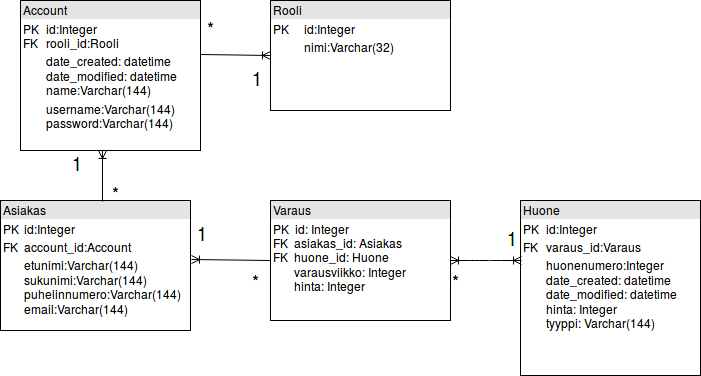
Above: documentation/tietokantakaaviot/toteutunut_tietokantakaavio.png in toasterkone/HotellihuoneidenVarausjarjestelma (draw.io), before the change. Source tidied: cells renumbered, new cells last; positions are measured from the earlier drawing's top-left corner, leaving out a move shared by most shapes. Its diagram source:
```xml
<mxGraphModel>
  <root>
    <mxCell id="0" />
    <mxCell id="1" parent="0" />
    <mxCell id="2" value="&lt;div style=&quot;box-sizing: border-box ; width: 100% ; background: #e4e4e4 ; padding: 2px&quot;&gt;Huone&lt;/div&gt;&lt;table style=&quot;width: 100% ; font-size: 1em&quot; cellspacing=&quot;0&quot; cellpadding=&quot;2&quot;&gt;&lt;tbody&gt;&lt;tr&gt;&lt;td&gt;PK&lt;/td&gt;&lt;td&gt;id:Integer&lt;br&gt;&lt;/td&gt;&lt;/tr&gt;&lt;tr&gt;&lt;td&gt;FK&lt;/td&gt;&lt;td&gt;varaus_id:Varaus&lt;br&gt;&lt;/td&gt;&lt;/tr&gt;&lt;tr&gt;&lt;td&gt;&lt;br&gt;&lt;/td&gt;&lt;td&gt;huonenumero:Integer&lt;br&gt;date_created: datetime&lt;br&gt;date_modified: datetime&lt;br&gt;hinta: Integer&lt;br&gt;tyyppi: Varchar(144)&lt;br&gt;&lt;br&gt;&lt;/td&gt;&lt;/tr&gt;&lt;/tbody&gt;&lt;/table&gt;" style="verticalAlign=top;align=left;overflow=fill;html=1;" parent="1" vertex="1">
      <mxGeometry x="520" y="200" width="180" height="175" as="geometry" />
    </mxCell>
    <mxCell id="3" value="&lt;div style=&quot;box-sizing: border-box ; width: 100% ; background: #e4e4e4 ; padding: 2px&quot;&gt;Asiakas&lt;/div&gt;&lt;table style=&quot;width: 100% ; font-size: 1em&quot; cellspacing=&quot;0&quot; cellpadding=&quot;2&quot;&gt;&lt;tbody&gt;&lt;tr&gt;&lt;td&gt;PK&lt;/td&gt;&lt;td&gt;id:Integer&lt;/td&gt;&lt;/tr&gt;&lt;tr&gt;&lt;td&gt;FK&lt;br&gt;&lt;/td&gt;&lt;td&gt;account_id:Account&lt;br&gt;&lt;/td&gt;&lt;/tr&gt;&lt;tr&gt;&lt;td&gt;&lt;br&gt;&lt;/td&gt;&lt;td&gt;etunimi:Varchar(144)&lt;br&gt;sukunimi:Varchar(144)&lt;br&gt;puhelinnumero:Varchar(144)&lt;br&gt;email:Varchar(144)&lt;/td&gt;&lt;/tr&gt;&lt;/tbody&gt;&lt;/table&gt;" style="verticalAlign=top;align=left;overflow=fill;html=1;" parent="1" vertex="1">
      <mxGeometry y="200" width="190" height="130" as="geometry" />
    </mxCell>
    <mxCell id="4" value="&lt;div style=&quot;box-sizing: border-box ; width: 100% ; background: #e4e4e4 ; padding: 2px&quot;&gt;Account&lt;br&gt;&lt;/div&gt;&lt;table style=&quot;width: 100% ; font-size: 1em&quot; cellspacing=&quot;0&quot; cellpadding=&quot;2&quot;&gt;&lt;tbody&gt;&lt;tr&gt;&lt;td&gt;PK&lt;br&gt;FK&lt;br&gt;&lt;/td&gt;&lt;td&gt;id:Integer&lt;br&gt;rooli_id:Rooli&lt;br&gt;&lt;/td&gt;&lt;/tr&gt;&lt;tr&gt;&lt;td&gt;&lt;br&gt;&lt;/td&gt;&lt;td&gt;date_created: datetime&lt;br&gt;date_modified: datetime&lt;br&gt;name:Varchar(144)&lt;/td&gt;&lt;/tr&gt;&lt;tr&gt;&lt;td&gt;&lt;br&gt;&lt;/td&gt;&lt;td&gt;username:Varchar(144)&lt;br&gt;password:Varchar(144)&lt;br&gt;&lt;br&gt;&lt;/td&gt;&lt;/tr&gt;&lt;/tbody&gt;&lt;/table&gt;" style="verticalAlign=top;align=left;overflow=fill;html=1;" parent="1" vertex="1">
      <mxGeometry x="20" width="180" height="150" as="geometry" />
    </mxCell>
    <mxCell id="5" value="&lt;font style=&quot;font-size: 18px&quot;&gt;*&lt;/font&gt;" style="text;html=1;align=left;verticalAlign=top;spacingTop=-4;" parent="1" vertex="1">
      <mxGeometry x="110" y="180" width="20" height="20" as="geometry" />
    </mxCell>
    <mxCell id="6" value="&lt;font style=&quot;font-size: 18px&quot;&gt;1&lt;/font&gt;" style="text;html=1;align=left;verticalAlign=top;spacingTop=-4;" parent="1" vertex="1">
      <mxGeometry x="70" y="150" width="30" height="20" as="geometry" />
    </mxCell>
    <mxCell id="7" style="fontSize=12;html=1;endArrow=ERoneToMany;entryX=0.456;entryY=1;entryDx=0;entryDy=0;exitX=0.537;exitY=0.008;exitDx=0;exitDy=0;exitPerimeter=0;entryPerimeter=0;" parent="1" edge="1" source="3" target="4">
      <mxGeometry relative="1" as="geometry" />
    </mxCell>
    <mxCell id="8" value="&lt;div style=&quot;box-sizing: border-box ; width: 100% ; background: #e4e4e4 ; padding: 2px&quot;&gt;Rooli&lt;br&gt;&lt;/div&gt;&lt;table style=&quot;width: 100% ; font-size: 1em&quot; cellspacing=&quot;0&quot; cellpadding=&quot;2&quot;&gt;&lt;tbody&gt;&lt;tr&gt;&lt;td&gt;PK&lt;/td&gt;&lt;td&gt;id:Integer&lt;/td&gt;&lt;/tr&gt;&lt;tr&gt;&lt;td&gt;&lt;br&gt;&lt;/td&gt;&lt;td&gt;nimi:Varchar(32)&lt;/td&gt;&lt;/tr&gt;&lt;tr&gt;&lt;td&gt;&lt;br&gt;&lt;/td&gt;&lt;td&gt;&lt;br&gt;&lt;br&gt;&lt;br&gt;&lt;/td&gt;&lt;/tr&gt;&lt;/tbody&gt;&lt;/table&gt;" style="verticalAlign=top;align=left;overflow=fill;html=1;" parent="1" vertex="1">
      <mxGeometry x="270" width="180" height="110" as="geometry" />
    </mxCell>
    <mxCell id="9" value="&lt;font style=&quot;font-size: 18px&quot;&gt;*&lt;/font&gt;" style="text;html=1;align=left;verticalAlign=top;spacingTop=-4;" parent="1" vertex="1">
      <mxGeometry x="205" y="15" width="20" height="20" as="geometry" />
    </mxCell>
    <mxCell id="10" value="&lt;font style=&quot;font-size: 18px&quot;&gt;1&lt;/font&gt;" style="text;html=1;align=left;verticalAlign=top;spacingTop=-4;" parent="1" vertex="1">
      <mxGeometry x="250" y="65" width="30" height="20" as="geometry" />
    </mxCell>
    <mxCell id="11" style="fontSize=12;html=1;endArrow=ERoneToMany;entryX=0;entryY=0.5;entryDx=0;entryDy=0;exitX=1;exitY=0.36;exitDx=0;exitDy=0;exitPerimeter=0;" parent="1" edge="1" source="4" target="8">
      <mxGeometry relative="1" as="geometry" />
    </mxCell>
    <mxCell id="12" value="&lt;div style=&quot;box-sizing: border-box ; width: 100% ; background: #e4e4e4 ; padding: 2px&quot;&gt;Varaus&lt;/div&gt;&lt;table style=&quot;width: 100% ; font-size: 1em&quot; cellspacing=&quot;0&quot; cellpadding=&quot;2&quot;&gt;&lt;tbody&gt;&lt;tr&gt;&lt;td&gt;PK&amp;nbsp; id: Integer&lt;br&gt;FK&amp;nbsp; asiakas_id: Asiakas&lt;br&gt;FK&amp;nbsp; huone_id: Huone&lt;br&gt;&amp;nbsp;&amp;nbsp;&amp;nbsp;&amp;nbsp;&amp;nbsp;&amp;nbsp; varausviikko: Integer&lt;br&gt;&amp;nbsp;&amp;nbsp;&amp;nbsp;&amp;nbsp;&amp;nbsp;&amp;nbsp; hinta: Integer&lt;br&gt;&amp;nbsp; &lt;br&gt;&lt;br&gt;&lt;/td&gt;&lt;td&gt;&lt;br&gt;&lt;/td&gt;&lt;/tr&gt;&lt;tr&gt;&lt;td&gt;&lt;br&gt;&lt;/td&gt;&lt;td&gt;&lt;br&gt;&lt;/td&gt;&lt;/tr&gt;&lt;tr&gt;&lt;td&gt;&lt;br&gt;&lt;/td&gt;&lt;td&gt;&lt;br&gt;&lt;/td&gt;&lt;/tr&gt;&lt;/tbody&gt;&lt;/table&gt;" style="verticalAlign=top;align=left;overflow=fill;html=1;" parent="1" vertex="1">
      <mxGeometry x="270" y="200" width="180" height="120" as="geometry" />
    </mxCell>
    <mxCell id="13" style="fontSize=12;html=1;endArrow=ERoneToMany;entryX=1.005;entryY=0.454;entryDx=0;entryDy=0;exitX=0;exitY=0.5;exitDx=0;exitDy=0;entryPerimeter=0;" parent="1" edge="1" source="12" target="3">
      <mxGeometry relative="1" as="geometry" />
    </mxCell>
    <mxCell id="14" style="edgeStyle=entityRelationEdgeStyle;fontSize=12;html=1;endArrow=ERoneToMany;startArrow=ERoneToMany;entryX=0.006;entryY=0.343;entryDx=0;entryDy=0;exitX=1;exitY=0.5;exitDx=0;exitDy=0;entryPerimeter=0;" parent="1" edge="1" source="12" target="2">
      <mxGeometry relative="1" as="geometry" />
    </mxCell>
    <mxCell id="15" value="&lt;font style=&quot;font-size: 18px&quot;&gt;*&lt;/font&gt;" style="text;html=1;align=left;verticalAlign=top;spacingTop=-4;" parent="1" vertex="1">
      <mxGeometry x="250" y="267.5" width="20" height="20" as="geometry" />
    </mxCell>
    <mxCell id="16" value="&lt;font style=&quot;font-size: 18px&quot;&gt;*&lt;/font&gt;" style="text;html=1;align=left;verticalAlign=top;spacingTop=-4;" parent="1" vertex="1">
      <mxGeometry x="450" y="267.5" width="20" height="20" as="geometry" />
    </mxCell>
    <mxCell id="17" value="&lt;font style=&quot;font-size: 18px&quot;&gt;1&lt;/font&gt;" style="text;html=1;align=left;verticalAlign=top;spacingTop=-4;" parent="1" vertex="1">
      <mxGeometry x="505" y="225" width="30" height="20" as="geometry" />
    </mxCell>
    <mxCell id="18" value="&lt;font style=&quot;font-size: 18px&quot;&gt;1&lt;/font&gt;" style="text;html=1;align=left;verticalAlign=top;spacingTop=-4;" parent="1" vertex="1">
      <mxGeometry x="195" y="220" width="30" height="20" as="geometry" />
    </mxCell>
  </root>
</mxGraphModel>
```
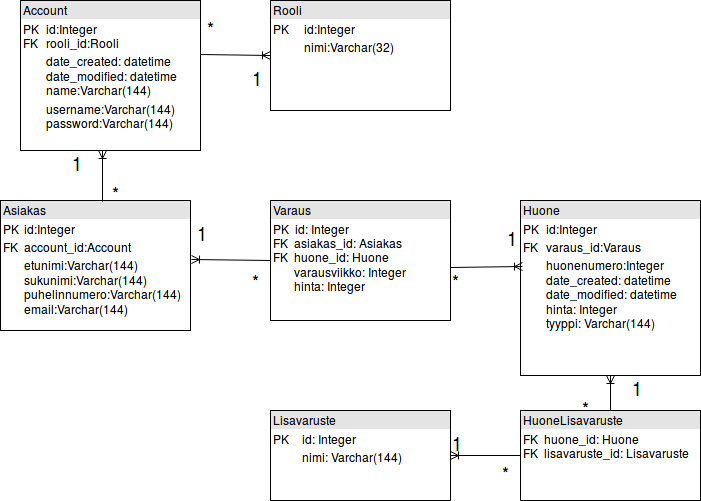
Above is the later version.

Diff of the diagram source:
```diff
@@ -38,9 +38,6 @@
     <mxCell id="13" style="fontSize=12;html=1;endArrow=ERoneToMany;entryX=1.005;entryY=0.454;entryDx=0;entryDy=0;exitX=0;exitY=0.5;exitDx=0;exitDy=0;entryPerimeter=0;" parent="1" edge="1" source="12" target="3">
       <mxGeometry relative="1" as="geometry" />
     </mxCell>
-    <mxCell id="14" style="edgeStyle=entityRelationEdgeStyle;fontSize=12;html=1;endArrow=ERoneToMany;startArrow=ERoneToMany;entryX=0.006;entryY=0.343;entryDx=0;entryDy=0;exitX=1;exitY=0.5;exitDx=0;exitDy=0;entryPerimeter=0;" parent="1" edge="1" source="12" target="2">
-      <mxGeometry relative="1" as="geometry" />
-    </mxCell>
     <mxCell id="15" value="&lt;font style=&quot;font-size: 18px&quot;&gt;*&lt;/font&gt;" style="text;html=1;align=left;verticalAlign=top;spacingTop=-4;" parent="1" vertex="1">
       <mxGeometry x="250" y="267.5" width="20" height="20" as="geometry" />
     </mxCell>
@@ -53,5 +50,32 @@
     <mxCell id="18" value="&lt;font style=&quot;font-size: 18px&quot;&gt;1&lt;/font&gt;" style="text;html=1;align=left;verticalAlign=top;spacingTop=-4;" parent="1" vertex="1">
       <mxGeometry x="195" y="220" width="30" height="20" as="geometry" />
     </mxCell>
+    <mxCell id="19" value="&lt;div style=&quot;box-sizing: border-box ; width: 100% ; background: #e4e4e4 ; padding: 2px&quot;&gt;Lisavaruste&lt;/div&gt;&lt;table style=&quot;width: 100% ; font-size: 1em&quot; cellspacing=&quot;0&quot; cellpadding=&quot;2&quot;&gt;&lt;tbody&gt;&lt;tr&gt;&lt;td&gt;PK&lt;/td&gt;&lt;td&gt;id: Integer&lt;br&gt;&lt;/td&gt;&lt;/tr&gt;&lt;tr&gt;&lt;td&gt;&lt;br&gt;&lt;/td&gt;&lt;td&gt;nimi: Varchar(144)&lt;br&gt;&lt;/td&gt;&lt;/tr&gt;&lt;tr&gt;&lt;td&gt;&lt;br&gt;&lt;/td&gt;&lt;td&gt;&lt;br&gt;&lt;/td&gt;&lt;/tr&gt;&lt;/tbody&gt;&lt;/table&gt;" style="verticalAlign=top;align=left;overflow=fill;html=1;" parent="1" vertex="1">
+      <mxGeometry x="270" y="410" width="180" height="90" as="geometry" />
+    </mxCell>
+    <mxCell id="20" value="&lt;div style=&quot;box-sizing: border-box ; width: 100% ; background: #e4e4e4 ; padding: 2px&quot;&gt;HuoneLisavaruste&lt;/div&gt;&lt;table style=&quot;width: 100% ; font-size: 1em&quot; cellspacing=&quot;0&quot; cellpadding=&quot;2&quot;&gt;&lt;tbody&gt;&lt;tr&gt;&lt;td&gt;FK&amp;nbsp; huone_id: Huone&lt;br&gt;FK&amp;nbsp; lisavaruste_id: Lisavaruste&lt;br&gt;&amp;nbsp;&amp;nbsp;&amp;nbsp;&amp;nbsp;&amp;nbsp;&amp;nbsp; &lt;br&gt;&amp;nbsp;&amp;nbsp;&amp;nbsp;&amp;nbsp;&amp;nbsp;&amp;nbsp; &lt;br&gt;&amp;nbsp; &lt;br&gt;&lt;br&gt;&lt;/td&gt;&lt;td&gt;&lt;br&gt;&lt;/td&gt;&lt;/tr&gt;&lt;tr&gt;&lt;td&gt;&lt;br&gt;&lt;/td&gt;&lt;td&gt;&lt;br&gt;&lt;/td&gt;&lt;/tr&gt;&lt;tr&gt;&lt;td&gt;&lt;br&gt;&lt;/td&gt;&lt;td&gt;&lt;br&gt;&lt;/td&gt;&lt;/tr&gt;&lt;/tbody&gt;&lt;/table&gt;" style="verticalAlign=top;align=left;overflow=fill;html=1;" parent="1" vertex="1">
+      <mxGeometry x="520" y="410" width="180" height="90" as="geometry" />
+    </mxCell>
+    <mxCell id="14" style="fontSize=12;html=1;endArrow=ERoneToMany;entryX=0.011;entryY=0.377;entryDx=0;entryDy=0;exitX=1;exitY=0.558;exitDx=0;exitDy=0;entryPerimeter=0;exitPerimeter=0;" parent="1" edge="1" source="12" target="2">
+      <mxGeometry relative="1" as="geometry" />
+    </mxCell>
+    <mxCell id="21" value="&lt;font style=&quot;font-size: 18px&quot;&gt;*&lt;/font&gt;" style="text;html=1;align=left;verticalAlign=top;spacingTop=-4;" parent="1" vertex="1">
+      <mxGeometry x="580" y="395" width="20" height="20" as="geometry" />
+    </mxCell>
+    <mxCell id="22" value="&lt;font style=&quot;font-size: 18px&quot;&gt;*&lt;/font&gt;" style="text;html=1;align=left;verticalAlign=top;spacingTop=-4;" parent="1" vertex="1">
+      <mxGeometry x="500" y="460" width="20" height="20" as="geometry" />
+    </mxCell>
+    <mxCell id="23" value="&lt;font style=&quot;font-size: 18px&quot;&gt;1&lt;/font&gt;" style="text;html=1;align=left;verticalAlign=top;spacingTop=-4;" parent="1" vertex="1">
+      <mxGeometry x="630" y="375" width="30" height="20" as="geometry" />
+    </mxCell>
+    <mxCell id="24" value="&lt;font style=&quot;font-size: 18px&quot;&gt;1&lt;/font&gt;" style="text;html=1;align=left;verticalAlign=top;spacingTop=-4;" parent="1" vertex="1">
+      <mxGeometry x="450" y="430" width="30" height="20" as="geometry" />
+    </mxCell>
+    <mxCell id="25" style="fontSize=12;html=1;endArrow=ERoneToMany;entryX=0.5;entryY=1;entryDx=0;entryDy=0;exitX=0.5;exitY=0;exitDx=0;exitDy=0;" parent="1" edge="1" source="20" target="2">
+      <mxGeometry relative="1" as="geometry" />
+    </mxCell>
+    <mxCell id="26" style="fontSize=12;html=1;endArrow=ERoneToMany;entryX=1;entryY=0.5;entryDx=0;entryDy=0;exitX=0;exitY=0.5;exitDx=0;exitDy=0;" parent="1" edge="1" source="20" target="19">
+      <mxGeometry relative="1" as="geometry" />
+    </mxCell>
   </root>
 </mxGraphModel>
```
